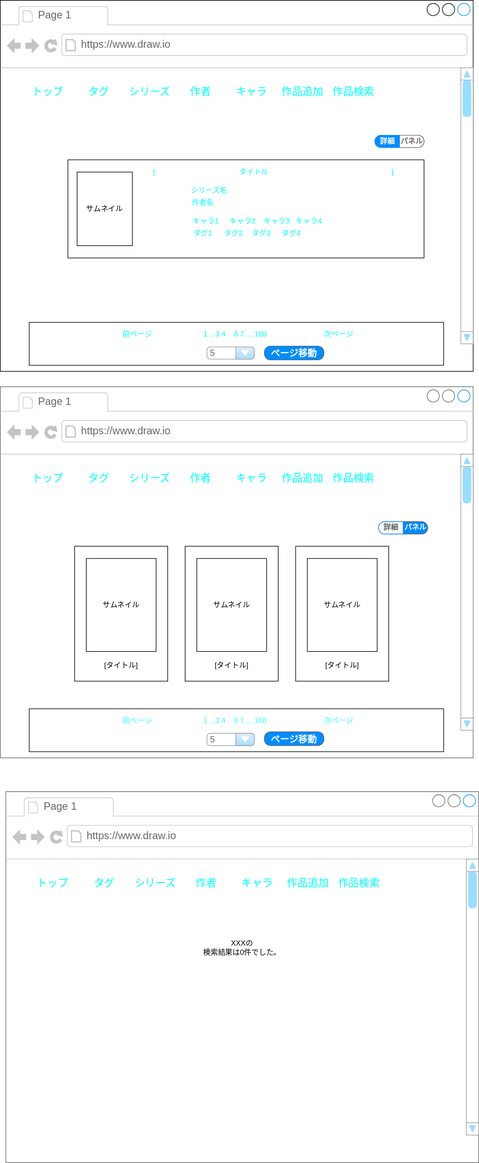
hachimitu22/MangaViewer keeps this draw.io diagram as doc/design/page/top.drawio.svg. Above is the earlier version. Source tidied: cells renumbered, new cells last; positions are measured from the earlier drawing's top-left corner, leaving out a move shared by most shapes.
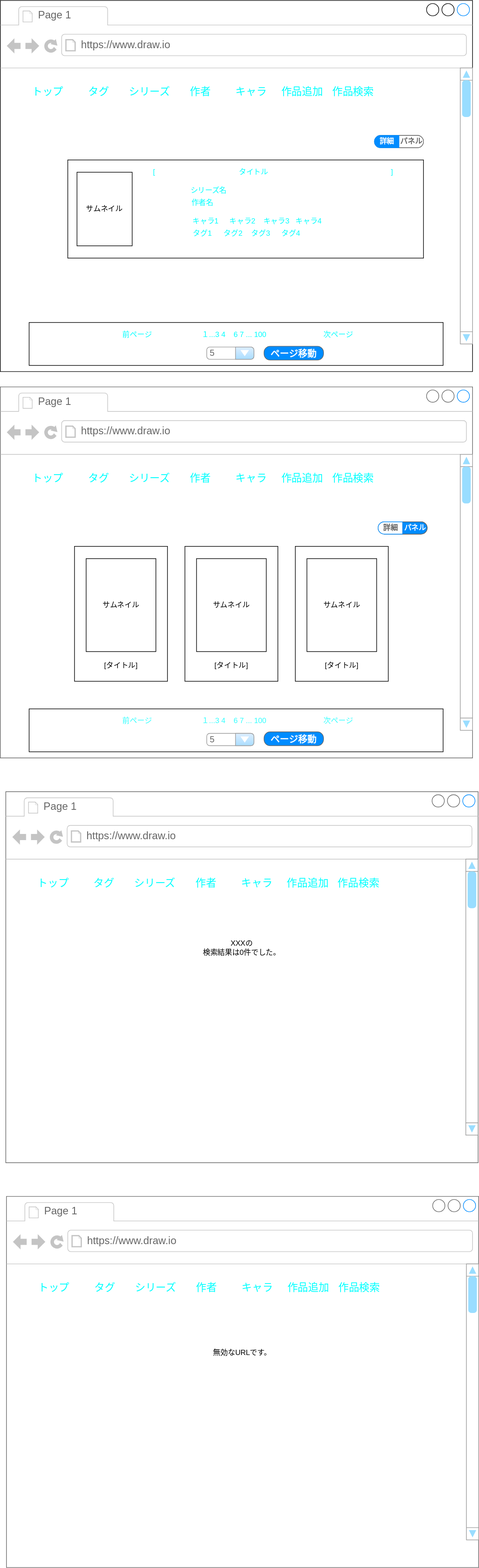
The same file after the commit.

What changed in the source:
```diff
@@ -282,5 +282,47 @@
     <mxCell id="93" value="XXXの&lt;br&gt;検索結果は0件でした。" style="text;html=1;strokeColor=none;fillColor=none;align=center;verticalAlign=middle;whiteSpace=wrap;rounded=0;" parent="81" vertex="1">
       <mxGeometry x="195.8" y="240" width="378.4" height="30" as="geometry" />
     </mxCell>
+    <mxCell id="94" style="group;" parent="1" vertex="1">
+      <mxGeometry x="10" y="1950" width="770" height="605" as="geometry" />
+    </mxCell>
+    <mxCell id="95" style="strokeWidth=1;shadow=0;dashed=0;align=center;html=1;shape=mxgraph.mockup.containers.browserWindow;rSize=0;strokeColor=#666666;strokeColor2=#008cff;strokeColor3=#c4c4c4;mainText=,;" parent="94" vertex="1">
+      <mxGeometry width="770" height="605" as="geometry" />
+    </mxCell>
+    <mxCell id="96" value="Page 1" style="strokeWidth=1;shadow=0;dashed=0;align=center;html=1;shape=mxgraph.mockup.containers.anchor;fontSize=17;fontColor=#666666;align=left;" parent="95" vertex="1">
+      <mxGeometry x="60" y="12" width="110" height="26" as="geometry" />
+    </mxCell>
+    <mxCell id="97" value="https://www.draw.io" style="strokeWidth=1;shadow=0;dashed=0;align=center;html=1;shape=mxgraph.mockup.containers.anchor;rSize=0;fontSize=17;fontColor=#666666;align=left;" parent="95" vertex="1">
+      <mxGeometry x="130" y="60" width="250" height="26" as="geometry" />
+    </mxCell>
+    <mxCell id="98" style="verticalLabelPosition=bottom;shadow=0;dashed=0;align=center;html=1;verticalAlign=top;strokeWidth=1;shape=mxgraph.mockup.navigation.scrollBar;strokeColor=#999999;barPos=100;fillColor2=#99ddff;strokeColor2=none;direction=north;" parent="95" vertex="1">
+      <mxGeometry x="750" y="110" width="20" height="450" as="geometry" />
+    </mxCell>
+    <mxCell id="99" style="group;" parent="95" vertex="1">
+      <mxGeometry x="35" y="135" width="581" height="30" as="geometry" />
+    </mxCell>
+    <mxCell id="100" value="タグ" style="strokeColor=inherit;fillColor=inherit;gradientColor=inherit;strokeWidth=1;shadow=0;dashed=0;align=center;html=1;shape=mxgraph.mockup.forms.rrect;rSize=0;fontSize=17;fontColor=#00FFFF;" parent="99" vertex="1">
+      <mxGeometry x="83" width="83" height="30" as="geometry" />
+    </mxCell>
+    <mxCell id="101" value="トップ" style="strokeColor=inherit;fillColor=inherit;gradientColor=inherit;strokeWidth=1;shadow=0;dashed=0;align=center;html=1;shape=mxgraph.mockup.forms.rrect;rSize=0;fontSize=17;fontColor=#00FFFF;" parent="99" vertex="1">
+      <mxGeometry width="83" height="30" as="geometry" />
+    </mxCell>
+    <mxCell id="102" value="シリーズ" style="strokeColor=inherit;fillColor=inherit;gradientColor=inherit;strokeWidth=1;shadow=0;dashed=0;align=center;html=1;shape=mxgraph.mockup.forms.rrect;rSize=0;fontSize=17;fontColor=#00FFFF;" parent="99" vertex="1">
+      <mxGeometry x="166" width="83" height="30" as="geometry" />
+    </mxCell>
+    <mxCell id="103" value="作者" style="strokeColor=inherit;fillColor=inherit;gradientColor=inherit;strokeWidth=1;shadow=0;dashed=0;align=center;html=1;shape=mxgraph.mockup.forms.rrect;rSize=0;fontSize=17;fontColor=#00FFFF;" parent="99" vertex="1">
+      <mxGeometry x="249" width="83" height="30" as="geometry" />
+    </mxCell>
+    <mxCell id="104" value="作品追加" style="strokeColor=inherit;fillColor=inherit;gradientColor=inherit;strokeWidth=1;shadow=0;dashed=0;align=center;html=1;shape=mxgraph.mockup.forms.rrect;rSize=0;fontSize=17;fontColor=#00FFFF;" parent="99" vertex="1">
+      <mxGeometry x="415" width="83" height="30" as="geometry" />
+    </mxCell>
+    <mxCell id="105" value="キャラ" style="strokeColor=inherit;fillColor=inherit;gradientColor=inherit;strokeWidth=1;shadow=0;dashed=0;align=center;html=1;shape=mxgraph.mockup.forms.rrect;rSize=0;fontSize=17;fontColor=#00FFFF;" parent="99" vertex="1">
+      <mxGeometry x="332" width="83" height="30" as="geometry" />
+    </mxCell>
+    <mxCell id="106" value="作品検索" style="strokeColor=inherit;fillColor=inherit;gradientColor=inherit;strokeWidth=1;shadow=0;dashed=0;align=center;html=1;shape=mxgraph.mockup.forms.rrect;rSize=0;fontSize=17;fontColor=#00FFFF;" parent="99" vertex="1">
+      <mxGeometry x="498" width="83" height="30" as="geometry" />
+    </mxCell>
+    <mxCell id="107" value="無効なURLです。" style="text;html=1;strokeColor=none;fillColor=none;align=center;verticalAlign=middle;whiteSpace=wrap;rounded=0;" parent="95" vertex="1">
+      <mxGeometry x="195.8" y="240" width="378.4" height="30" as="geometry" />
+    </mxCell>
   </root>
 </mxGraphModel>
```
